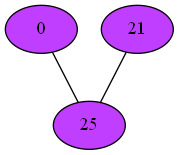
This is Compiler/31phiGraph.png from mbajaj92/Project-Astoria, a Graphviz export, as it was before one commit. Its source is kept beside it as Compiler/31phiGraph.dot.
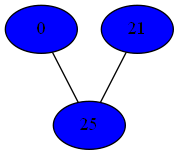
After the commit.

What changed in the source:
```diff
@@ -1,9 +1,9 @@
 strict graph {
-0[label="0" style=filled fillcolor="darkorchid1"];
+0[label="0" style=filled fillcolor="blue1"];
 0 -- 25
-21[label="21" style=filled fillcolor="darkorchid1"];
+21[label="21" style=filled fillcolor="blue1"];
 21 -- 25
-25[label="25" style=filled fillcolor="darkorchid1"];
+25[label="25" style=filled fillcolor="blue1"];
 25 -- 0
 25 -- 21
 }
```
